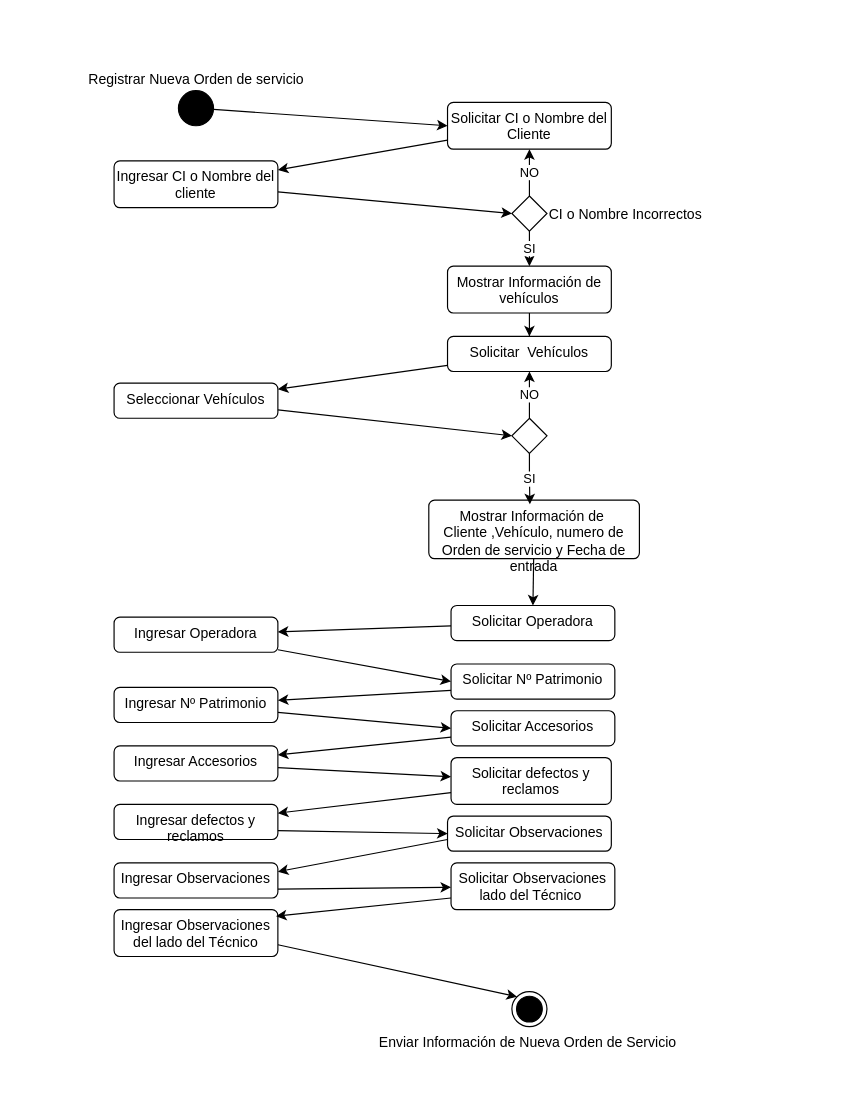
Earlier version of the draw.io diagram SWGT/Diagramde actividaes/3/actividadesOrdenServicio.drawio (ARCANIK78/-draw-software-architecture). Source tidied: cells renumbered, new cells numbered last; positions are measured from the earlier drawing's top-left corner, leaving out a move shared by most shapes. Both pictures are drawn from the tidied source at 117%, with x=0, y=0 at pixel (113, 90).
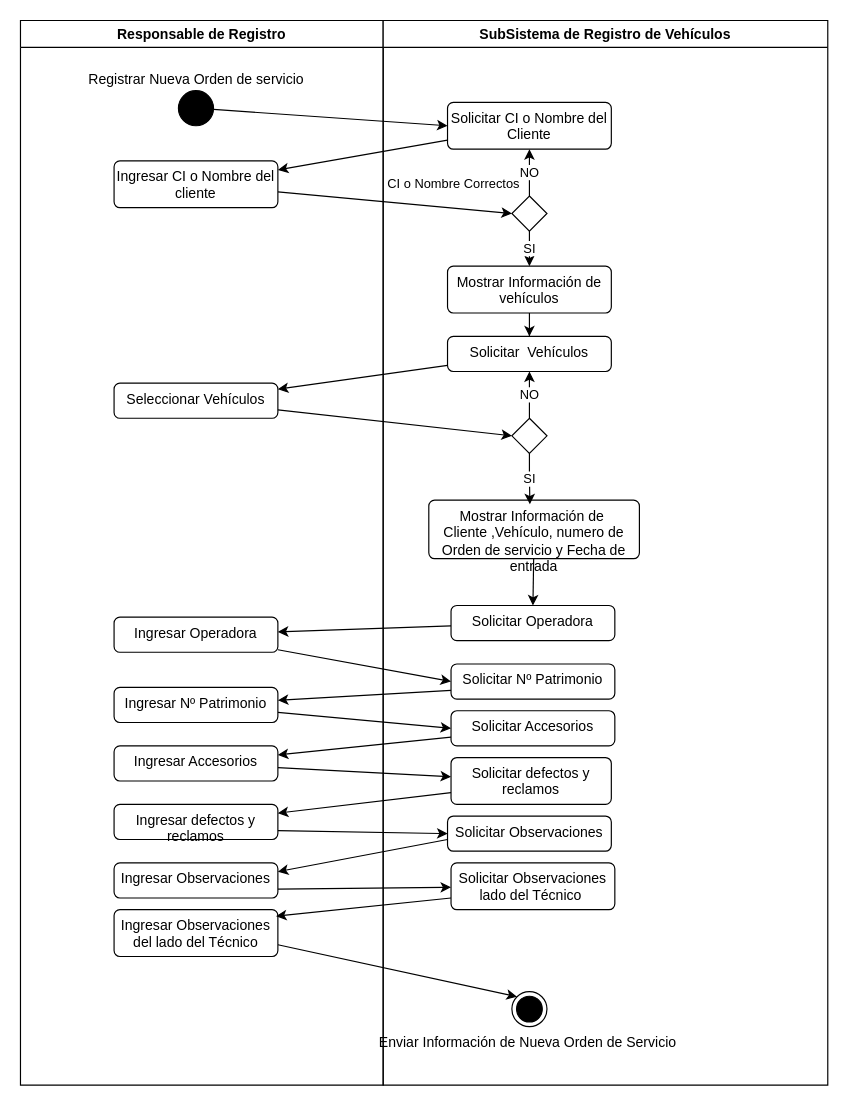
After the change.

The change refers to these unchanged cells:
```xml
<mxCell id="11" value="Ingresar CI o Nombre del cliente" style="html=1;align=center;verticalAlign=top;rounded=1;absoluteArcSize=1;arcSize=10;dashed=0;whiteSpace=wrap;" parent="1" vertex="1">
  <mxGeometry y="60" width="140" height="40" as="geometry" />
</mxCell>
```

The edit, as a diff of the source:
```diff
@@
-    <mxCell id="9" value="CI o Nombre Incorrectos" style="rhombus;labelPosition=right;verticalLabelPosition=middle;align=left;verticalAlign=middle;" parent="1" vertex="1">
+    <mxCell id="9" style="rhombus;labelPosition=right;verticalLabelPosition=middle;align=left;verticalAlign=middle;" parent="1" vertex="1">
       <mxGeometry x="340" y="90" width="30" height="30" as="geometry" />
     </mxCell>
-    <mxCell id="10" style="rounded=0;jettySize=auto;html=1;entryX=0;entryY=0.5;entryDx=0;entryDy=0;" parent="1" edge="1" source="11" target="9">
-      <mxGeometry relative="1" as="geometry" />
+    <mxCell id="10" value="CI o Nombre Correctos" style="rounded=0;jettySize=auto;html=1;entryX=0;entryY=0.5;entryDx=0;entryDy=0;" parent="1" edge="1" source="11" target="9">
+      <mxGeometry x="0.48" y="20" relative="1" as="geometry" />
     </mxCell>
@@
+    <mxCell id="47" value="Responsable de Registro" style="swimlane;whiteSpace=wrap;html=1;" parent="1" vertex="1">
+      <mxGeometry x="-80" y="-60" width="310" height="910" as="geometry" />
+    </mxCell>
+    <mxCell id="48" value="SubSistema de Registro de Vehículos" style="swimlane;whiteSpace=wrap;html=1;" parent="1" vertex="1">
+      <mxGeometry x="230" y="-60" width="380" height="910" as="geometry" />
+    </mxCell>
```
